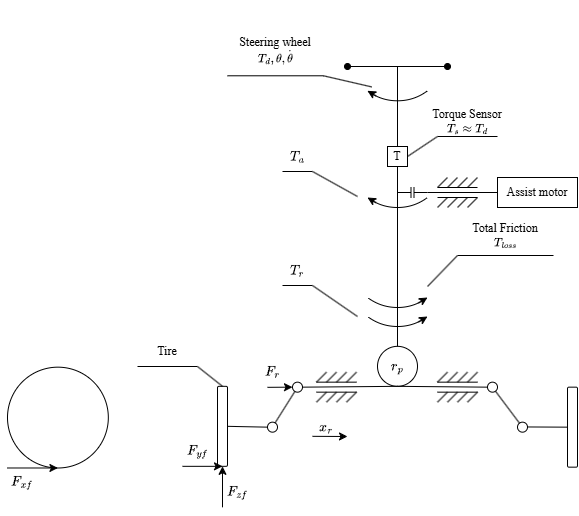
The draw.io diagram Drawio/EPS.drawio.png in TanTramM/Adaptive-EPS-using-Reinforcement-Learning, before a commit. Source tidied: cells renumbered, new cells last; positions are measured from the earlier drawing's top-left corner, leaving out a move shared by most shapes.
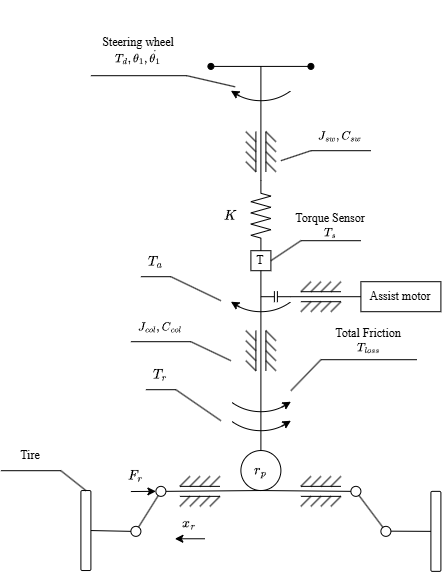
After the commit.

The edit, as a diff of the source:
```diff
@@ -4,8 +4,8 @@
     <mxCell id="1" parent="0" />
     <mxCell id="2" style="endArrow=oval;html=1;rounded=0;startArrow=oval;startFill=1;endFill=1;labelBackgroundColor=none;fontColor=default;" parent="1" edge="1">
       <mxGeometry relative="1" as="geometry">
-        <mxPoint x="340" y="66" as="sourcePoint" />
-        <mxPoint x="440" y="66" as="targetPoint" />
+        <mxPoint x="340" y="-38.3" as="sourcePoint" />
+        <mxPoint x="440" y="-38.3" as="targetPoint" />
       </mxGeometry>
     </mxCell>
     <mxCell id="3" style="endArrow=none;html=1;rounded=0;labelBackgroundColor=none;fontColor=default;exitX=0.5;exitY=0;exitDx=0;exitDy=0;" parent="1" edge="1" source="4">
@@ -151,8 +151,8 @@
     <mxCell id="29" style="rounded=1;whiteSpace=wrap;html=1;labelBackgroundColor=none;fontColor=default;fillColor=none;" parent="1" vertex="1">
       <mxGeometry x="210" y="385.8" width="10" height="80" as="geometry" />
     </mxCell>
-    <mxCell id="30" value="&lt;font style=&quot;&quot; face=&quot;Times New Roman&quot;&gt;Steering wheel&lt;/font&gt;&lt;div&gt;&lt;span style=&quot;white-space: nowrap;&quot;&gt;&lt;font style=&quot;&quot; face=&quot;Times New Roman&quot;&gt;`T_d, \theta, \dot(\theta)`&lt;/font&gt;&lt;/span&gt;&lt;/div&gt;" style="text;html=1;whiteSpace=wrap;strokeColor=none;fillColor=none;align=center;verticalAlign=middle;rounded=0;labelBackgroundColor=none;fontColor=default;labelBorderColor=none;" parent="1" vertex="1">
-      <mxGeometry x="220" y="25.3" width="96" height="50" as="geometry" />
+    <mxCell id="30" value="&lt;font style=&quot;&quot; face=&quot;Times New Roman&quot;&gt;Steering wheel&lt;/font&gt;&lt;div&gt;&lt;span style=&quot;white-space: nowrap;&quot;&gt;&lt;font style=&quot;&quot; face=&quot;Times New Roman&quot;&gt;`T_d, \theta_1, \dot(\theta_1)`&lt;/font&gt;&lt;/span&gt;&lt;/div&gt;" style="text;html=1;whiteSpace=wrap;strokeColor=none;fillColor=none;align=center;verticalAlign=middle;rounded=0;labelBackgroundColor=none;fontColor=default;labelBorderColor=none;" parent="1" vertex="1">
+      <mxGeometry x="220" y="-79" width="96" height="50" as="geometry" />
     </mxCell>
     <mxCell id="31" value="&lt;font face=&quot;Times New Roman&quot;&gt;Tire&lt;/font&gt;" style="text;html=1;whiteSpace=wrap;strokeColor=none;fillColor=none;align=center;verticalAlign=middle;rounded=0;labelBackgroundColor=none;fontColor=default;" parent="1" vertex="1">
       <mxGeometry x="130" y="336" width="60" height="30" as="geometry" />
@@ -160,9 +160,9 @@
     <mxCell id="32" value="&lt;font face=&quot;Times New Roman&quot; style=&quot;&quot;&gt;T&lt;/font&gt;" style="rounded=0;whiteSpace=wrap;html=1;labelBackgroundColor=none;fontColor=default;fillColor=none;strokeColor=default;" parent="1" vertex="1">
       <mxGeometry x="380" y="146" width="20" height="20" as="geometry" />
     </mxCell>
-    <mxCell id="33" style="endArrow=none;html=1;rounded=0;exitX=0.5;exitY=0;exitDx=0;exitDy=0;labelBackgroundColor=none;fontColor=default;" parent="1" edge="1" source="32">
+    <mxCell id="33" style="endArrow=none;html=1;rounded=0;labelBackgroundColor=none;fontColor=default;exitX=1;exitY=0.5;exitDx=0;exitDy=0;exitPerimeter=0;" parent="1" edge="1" source="97">
       <mxGeometry relative="1" as="geometry">
-        <mxPoint x="390" y="66" as="targetPoint" />
+        <mxPoint x="390" y="-38.3" as="targetPoint" />
       </mxGeometry>
     </mxCell>
     <mxCell id="34" style="endArrow=none;html=1;exitX=1;exitY=0.5;exitDx=0;exitDy=0;entryX=0;entryY=1;entryDx=0;entryDy=0;labelBackgroundColor=none;fontColor=default;" parent="1" edge="1" source="32" target="40">
@@ -183,7 +183,7 @@
     <mxCell id="39" style="endArrow=none;html=1;entryX=1;entryY=1;entryDx=0;entryDy=0;exitX=0;exitY=1;exitDx=0;exitDy=0;labelBackgroundColor=none;fontColor=default;" parent="1" edge="1" source="31" target="31">
       <mxGeometry relative="1" as="geometry" />
     </mxCell>
-    <mxCell id="40" value="&lt;font style=&quot;scrollbar-color: rgb(75, 75, 75) rgb(27, 29, 30); white-space: nowrap;&quot; face=&quot;Times New Roman&quot;&gt;Torque Sensor&lt;/font&gt;&lt;div style=&quot;scrollbar-color: rgb(75, 75, 75) rgb(27, 29, 30); white-space: nowrap;&quot;&gt;&lt;font style=&quot;scrollbar-color: rgb(75, 75, 75) rgb(27, 29, 30);&quot; face=&quot;Times New Roman&quot;&gt;`T_s\approxT_d`&lt;/font&gt;&lt;/div&gt;" style="text;html=1;align=center;verticalAlign=middle;whiteSpace=wrap;rounded=0;labelBackgroundColor=none;fontColor=default;" parent="1" vertex="1">
+    <mxCell id="40" value="&lt;font style=&quot;scrollbar-color: rgb(75, 75, 75) rgb(27, 29, 30); white-space: nowrap;&quot; face=&quot;Times New Roman&quot;&gt;Torque Sensor&lt;/font&gt;&lt;div style=&quot;scrollbar-color: rgb(75, 75, 75) rgb(27, 29, 30); white-space: nowrap;&quot;&gt;&lt;font style=&quot;scrollbar-color: rgb(75, 75, 75) rgb(27, 29, 30);&quot; face=&quot;Times New Roman&quot;&gt;`T_s`&lt;/font&gt;&lt;/div&gt;" style="text;html=1;align=center;verticalAlign=middle;whiteSpace=wrap;rounded=0;labelBackgroundColor=none;fontColor=default;" parent="1" vertex="1">
       <mxGeometry x="430" y="106" width="60" height="30" as="geometry" />
     </mxCell>
     <mxCell id="41" style="endArrow=none;html=1;exitX=1;exitY=0.5;exitDx=0;exitDy=0;entryX=0.5;entryY=1;entryDx=0;entryDy=0;labelBackgroundColor=none;fontColor=default;" parent="1" edge="1" source="37" target="4">
@@ -207,12 +207,6 @@
     <mxCell id="47" style="rounded=1;whiteSpace=wrap;html=1;labelBackgroundColor=none;fontColor=default;fillColor=none;" parent="1" vertex="1">
       <mxGeometry x="560" y="386.7" width="10" height="80" as="geometry" />
     </mxCell>
-    <mxCell id="48" style="endArrow=classic;html=1;entryX=0.5;entryY=1;entryDx=0;entryDy=0;exitX=0;exitY=1;exitDx=0;exitDy=0;labelBackgroundColor=none;fontColor=default;" parent="1" edge="1" source="49" target="29">
-      <mxGeometry relative="1" as="geometry" />
-    </mxCell>
-    <mxCell id="49" value="&lt;span&gt;`F_(yf)`&lt;/span&gt;" style="text;html=1;align=center;verticalAlign=middle;whiteSpace=wrap;rounded=0;labelBackgroundColor=none;fontColor=default;" parent="1" vertex="1">
-      <mxGeometry x="175" y="435.8" width="30" height="30" as="geometry" />
-    </mxCell>
     <mxCell id="50" style="endArrow=classic;html=1;entryX=0;entryY=0.5;entryDx=0;entryDy=0;labelBackgroundColor=none;fontColor=default;" parent="1" edge="1" target="37">
       <mxGeometry relative="1" as="geometry">
         <mxPoint x="260" y="386.8" as="sourcePoint" />
@@ -221,9 +215,6 @@
     <mxCell id="51" value="`F_(r)`" style="text;html=1;align=center;verticalAlign=middle;whiteSpace=wrap;rounded=0;labelBackgroundColor=none;fontColor=default;" parent="1" vertex="1">
       <mxGeometry x="250" y="355.8" width="30" height="30" as="geometry" />
     </mxCell>
-    <mxCell id="52" style="ellipse;whiteSpace=wrap;html=1;fillColor=none;labelBackgroundColor=none;fontColor=default;" parent="1" vertex="1">
-      <mxGeometry y="366.7" width="100.8" height="100.8" as="geometry" />
-    </mxCell>
     <mxCell id="53" style="group;labelBackgroundColor=none;fontColor=default;" parent="1" vertex="1">
       <mxGeometry x="430" y="177" width="40" height="30" as="geometry" />
     </mxCell>
@@ -296,35 +287,20 @@
     <mxCell id="66" value="&lt;font face=&quot;Times New Roman&quot;&gt;Assist motor&lt;/font&gt;" style="rounded=0;whiteSpace=wrap;html=1;fontColor=default;labelBackgroundColor=none;fillColor=none;" parent="1" vertex="1">
       <mxGeometry x="490" y="177" width="80" height="30" as="geometry" />
     </mxCell>
-    <mxCell id="67" style="endArrow=classic;html=1;labelBackgroundColor=none;fontColor=default;" parent="1" edge="1">
-      <mxGeometry relative="1" as="geometry">
-        <mxPoint x="305" y="435.8" as="sourcePoint" />
-        <mxPoint x="340" y="436" as="targetPoint" />
-      </mxGeometry>
+    <mxCell id="67" style="endArrow=classic;html=1;labelBackgroundColor=none;fontColor=default;exitX=0.75;exitY=1;exitDx=0;exitDy=0;entryX=0.25;entryY=1;entryDx=0;entryDy=0;" parent="1" edge="1" source="68" target="68">
+      <mxGeometry relative="1" as="geometry" />
     </mxCell>
     <mxCell id="68" value="`x_r`" style="text;html=1;align=center;verticalAlign=middle;whiteSpace=wrap;rounded=0;labelBackgroundColor=none;fontColor=default;" parent="1" vertex="1">
-      <mxGeometry x="289" y="419.2" width="60" height="14.8" as="geometry" />
+      <mxGeometry x="289" y="404.1" width="60" height="30" as="geometry" />
     </mxCell>
-    <mxCell id="69" style="endArrow=classic;html=1;entryX=0.5;entryY=1;entryDx=0;entryDy=0;exitX=0;exitY=1;exitDx=0;exitDy=0;labelBackgroundColor=none;fontColor=default;" parent="1" edge="1" source="70" target="29">
-      <mxGeometry relative="1" as="geometry" />
-    </mxCell>
-    <mxCell id="70" value="&lt;span&gt;`F_(zf)`&lt;/span&gt;" style="text;html=1;align=center;verticalAlign=middle;whiteSpace=wrap;rounded=0;labelBackgroundColor=none;fontColor=default;" parent="1" vertex="1">
-      <mxGeometry x="215" y="476.8" width="30" height="30" as="geometry" />
-    </mxCell>
     <mxCell id="71" value="&lt;font face=&quot;Times New Roman&quot;&gt;Total Friction&lt;/font&gt;&lt;div&gt;&lt;font face=&quot;Times New Roman&quot;&gt;`T_(loss)`&lt;/font&gt;&lt;/div&gt;" style="text;html=1;whiteSpace=wrap;strokeColor=none;fillColor=none;align=center;verticalAlign=middle;rounded=0;labelBackgroundColor=none;fontColor=default;labelBorderColor=none;" parent="1" vertex="1">
       <mxGeometry x="450" y="216" width="96" height="39" as="geometry" />
     </mxCell>
     <mxCell id="72" style="endArrow=none;html=1;entryX=1;entryY=1;entryDx=0;entryDy=0;labelBackgroundColor=none;fontColor=default;exitX=0;exitY=1;exitDx=0;exitDy=0;" parent="1" edge="1" source="71" target="71">
       <mxGeometry relative="1" as="geometry" />
     </mxCell>
-    <mxCell id="73" style="endArrow=classic;html=1;entryX=0.5;entryY=1;entryDx=0;entryDy=0;exitX=0;exitY=0;exitDx=0;exitDy=0;labelBackgroundColor=none;fontColor=default;" parent="1" edge="1" source="74" target="52">
-      <mxGeometry relative="1" as="geometry" />
-    </mxCell>
-    <mxCell id="74" value="`F_(xf)`" style="text;html=1;align=center;verticalAlign=middle;whiteSpace=wrap;rounded=0;labelBackgroundColor=none;fontColor=default;" parent="1" vertex="1">
-      <mxGeometry y="467.5" width="30" height="30" as="geometry" />
-    </mxCell>
     <mxCell id="75" style="group;" parent="1" vertex="1">
-      <mxGeometry x="364.3" y="86.4" as="geometry" />
+      <mxGeometry x="364.3" y="-17.9" as="geometry" />
     </mxCell>
     <mxCell id="76" style="endArrow=none;html=1;entryX=1;entryY=1;entryDx=0;entryDy=0;exitX=0;exitY=1;exitDx=0;exitDy=0;labelBackgroundColor=none;fontColor=default;" parent="75" edge="1" source="30" target="30">
       <mxGeometry relative="1" as="geometry" />
@@ -338,7 +314,7 @@
       <mxGeometry relative="1" as="geometry" />
     </mxCell>
     <mxCell id="79" value="`T_(a)`" style="text;html=1;align=center;verticalAlign=middle;whiteSpace=wrap;rounded=0;labelBackgroundColor=none;fontColor=default;" parent="1" vertex="1">
-      <mxGeometry x="275" y="141" width="30" height="30" as="geometry" />
+      <mxGeometry x="270" y="142" width="30" height="30" as="geometry" />
     </mxCell>
     <mxCell id="80" style="endArrow=none;html=1;rounded=0;labelBackgroundColor=default;fontColor=light-dark(#000000,#FFFFFF);entryX=1;entryY=1;entryDx=0;entryDy=0;" parent="1" edge="1" target="79">
       <mxGeometry relative="1" as="geometry">
@@ -346,7 +322,7 @@
       </mxGeometry>
     </mxCell>
     <mxCell id="81" style="group;" parent="1" vertex="1">
-      <mxGeometry x="340" y="0.3" width="100" height="100" as="geometry" />
+      <mxGeometry x="340" y="-104" width="100" height="100" as="geometry" />
     </mxCell>
     <mxCell id="82" style="verticalLabelPosition=bottom;verticalAlign=top;html=1;shape=mxgraph.basic.arc;startAngle=0.39886451508952125;endAngle=0.5987157716443733;labelBackgroundColor=none;fontColor=default;" parent="81" vertex="1">
       <mxGeometry width="100" height="100" as="geometry" />
@@ -367,6 +343,12 @@
         <mxPoint x="20" y="90" as="targetPoint" />
       </mxGeometry>
     </mxCell>
+    <mxCell id="97" style="verticalLabelPosition=bottom;shadow=0;dashed=0;align=center;html=1;verticalAlign=top;shape=mxgraph.electrical.resistors.resistor_2;rotation=-90;" parent="84" vertex="1">
+      <mxGeometry x="15" y="-6" width="70" height="20" as="geometry" />
+    </mxCell>
+    <mxCell id="98" value="`K`" style="text;html=1;whiteSpace=wrap;strokeColor=none;fillColor=none;align=center;verticalAlign=middle;rounded=0;" parent="84" vertex="1">
+      <mxGeometry x="-10" y="-11" width="60" height="30" as="geometry" />
+    </mxCell>
     <mxCell id="87" style="group;" parent="1" vertex="1">
       <mxGeometry x="340" y="207" width="100" height="100" as="geometry" />
     </mxCell>
@@ -405,5 +387,153 @@
         <mxPoint x="350" y="316" as="sourcePoint" />
       </mxGeometry>
     </mxCell>
+    <mxCell id="99" style="group;labelBackgroundColor=default;fontColor=light-dark(#000000,#FFFFFF);rotation=90;" parent="1" vertex="1">
+      <mxGeometry x="370" y="32" width="40" height="30" as="geometry" />
+    </mxCell>
+    <mxCell id="100" style="endArrow=none;html=1;rounded=0;labelBackgroundColor=default;fontColor=light-dark(#000000,#FFFFFF);" parent="99" edge="1">
+      <mxGeometry relative="1" as="geometry">
+        <mxPoint x="25" y="-5" as="sourcePoint" />
+        <mxPoint x="25" y="35" as="targetPoint" />
+      </mxGeometry>
+    </mxCell>
+    <mxCell id="101" style="endArrow=none;html=1;rounded=0;labelBackgroundColor=default;fontColor=light-dark(#000000,#FFFFFF);" parent="99" edge="1">
+      <mxGeometry relative="1" as="geometry">
+        <mxPoint x="15" y="-5" as="sourcePoint" />
+        <mxPoint x="15" y="35" as="targetPoint" />
+      </mxGeometry>
+    </mxCell>
+    <mxCell id="102" style="endArrow=none;html=1;rounded=0;labelBackgroundColor=default;fontColor=light-dark(#000000,#FFFFFF);" parent="99" edge="1">
+      <mxGeometry relative="1" as="geometry">
+        <mxPoint x="5" y="-5" as="sourcePoint" />
+        <mxPoint x="15" y="5" as="targetPoint" />
+      </mxGeometry>
+    </mxCell>
+    <mxCell id="103" style="endArrow=none;html=1;rounded=0;labelBackgroundColor=default;fontColor=light-dark(#000000,#FFFFFF);" parent="99" edge="1">
+      <mxGeometry relative="1" as="geometry">
+        <mxPoint x="5" y="5" as="sourcePoint" />
+        <mxPoint x="15" y="15" as="targetPoint" />
+      </mxGeometry>
+    </mxCell>
+    <mxCell id="104" style="endArrow=none;html=1;rounded=0;labelBackgroundColor=default;fontColor=light-dark(#000000,#FFFFFF);" parent="99" edge="1">
+      <mxGeometry relative="1" as="geometry">
+        <mxPoint x="5" y="15" as="sourcePoint" />
+        <mxPoint x="15" y="25" as="targetPoint" />
+      </mxGeometry>
+    </mxCell>
+    <mxCell id="105" style="endArrow=none;html=1;rounded=0;labelBackgroundColor=default;fontColor=light-dark(#000000,#FFFFFF);" parent="99" edge="1">
+      <mxGeometry relative="1" as="geometry">
+        <mxPoint x="5" y="25" as="sourcePoint" />
+        <mxPoint x="15" y="35" as="targetPoint" />
+      </mxGeometry>
+    </mxCell>
+    <mxCell id="106" style="endArrow=none;html=1;rounded=0;labelBackgroundColor=default;fontColor=light-dark(#000000,#FFFFFF);" parent="99" edge="1">
+      <mxGeometry relative="1" as="geometry">
+        <mxPoint x="25" y="-5" as="sourcePoint" />
+        <mxPoint x="35" y="5" as="targetPoint" />
+      </mxGeometry>
+    </mxCell>
+    <mxCell id="107" style="endArrow=none;html=1;rounded=0;labelBackgroundColor=default;fontColor=light-dark(#000000,#FFFFFF);" parent="99" edge="1">
+      <mxGeometry relative="1" as="geometry">
+        <mxPoint x="25" y="5" as="sourcePoint" />
+        <mxPoint x="35" y="15" as="targetPoint" />
+      </mxGeometry>
+    </mxCell>
+    <mxCell id="108" style="endArrow=none;html=1;rounded=0;labelBackgroundColor=default;fontColor=light-dark(#000000,#FFFFFF);" parent="99" edge="1">
+      <mxGeometry relative="1" as="geometry">
+        <mxPoint x="25" y="15" as="sourcePoint" />
+        <mxPoint x="35" y="25" as="targetPoint" />
+      </mxGeometry>
+    </mxCell>
+    <mxCell id="109" style="endArrow=none;html=1;rounded=0;labelBackgroundColor=default;fontColor=light-dark(#000000,#FFFFFF);" parent="99" edge="1">
+      <mxGeometry relative="1" as="geometry">
+        <mxPoint x="25" y="25" as="sourcePoint" />
+        <mxPoint x="35" y="35" as="targetPoint" />
+      </mxGeometry>
+    </mxCell>
+    <mxCell id="110" style="group;labelBackgroundColor=default;fontColor=light-dark(#000000,#FFFFFF);rotation=90;" parent="1" vertex="1">
+      <mxGeometry x="370" y="231" width="40" height="30" as="geometry" />
+    </mxCell>
+    <mxCell id="111" style="endArrow=none;html=1;rounded=0;labelBackgroundColor=default;fontColor=light-dark(#000000,#FFFFFF);" parent="110" edge="1">
+      <mxGeometry relative="1" as="geometry">
+        <mxPoint x="25" y="-5" as="sourcePoint" />
+        <mxPoint x="25" y="35" as="targetPoint" />
+      </mxGeometry>
+    </mxCell>
+    <mxCell id="112" style="endArrow=none;html=1;rounded=0;labelBackgroundColor=default;fontColor=light-dark(#000000,#FFFFFF);" parent="110" edge="1">
+      <mxGeometry relative="1" as="geometry">
+        <mxPoint x="15" y="-5" as="sourcePoint" />
+        <mxPoint x="15" y="35" as="targetPoint" />
+      </mxGeometry>
+    </mxCell>
+    <mxCell id="113" style="endArrow=none;html=1;rounded=0;labelBackgroundColor=default;fontColor=light-dark(#000000,#FFFFFF);" parent="110" edge="1">
+      <mxGeometry relative="1" as="geometry">
+        <mxPoint x="5" y="-5" as="sourcePoint" />
+        <mxPoint x="15" y="5" as="targetPoint" />
+      </mxGeometry>
+    </mxCell>
+    <mxCell id="114" style="endArrow=none;html=1;rounded=0;labelBackgroundColor=default;fontColor=light-dark(#000000,#FFFFFF);" parent="110" edge="1">
+      <mxGeometry relative="1" as="geometry">
+        <mxPoint x="5" y="5" as="sourcePoint" />
+        <mxPoint x="15" y="15" as="targetPoint" />
+      </mxGeometry>
+    </mxCell>
+    <mxCell id="115" style="endArrow=none;html=1;rounded=0;labelBackgroundColor=default;fontColor=light-dark(#000000,#FFFFFF);" parent="110" edge="1">
+      <mxGeometry relative="1" as="geometry">
+        <mxPoint x="5" y="15" as="sourcePoint" />
+        <mxPoint x="15" y="25" as="targetPoint" />
+      </mxGeometry>
+    </mxCell>
+    <mxCell id="116" style="endArrow=none;html=1;rounded=0;labelBackgroundColor=default;fontColor=light-dark(#000000,#FFFFFF);" parent="110" edge="1">
+      <mxGeometry relative="1" as="geometry">
+        <mxPoint x="5" y="25" as="sourcePoint" />
+        <mxPoint x="15" y="35" as="targetPoint" />
+      </mxGeometry>
+    </mxCell>
+    <mxCell id="117" style="endArrow=none;html=1;rounded=0;labelBackgroundColor=default;fontColor=light-dark(#000000,#FFFFFF);" parent="110" edge="1">
+      <mxGeometry relative="1" as="geometry">
+        <mxPoint x="25" y="-5" as="sourcePoint" />
+        <mxPoint x="35" y="5" as="targetPoint" />
+      </mxGeometry>
+    </mxCell>
+    <mxCell id="118" style="endArrow=none;html=1;rounded=0;labelBackgroundColor=default;fontColor=light-dark(#000000,#FFFFFF);" parent="110" edge="1">
+      <mxGeometry relative="1" as="geometry">
+        <mxPoint x="25" y="5" as="sourcePoint" />
+        <mxPoint x="35" y="15" as="targetPoint" />
+      </mxGeometry>
+    </mxCell>
+    <mxCell id="119" style="endArrow=none;html=1;rounded=0;labelBackgroundColor=default;fontColor=light-dark(#000000,#FFFFFF);" parent="110" edge="1">
+      <mxGeometry relative="1" as="geometry">
+        <mxPoint x="25" y="15" as="sourcePoint" />
+        <mxPoint x="35" y="25" as="targetPoint" />
+      </mxGeometry>
+    </mxCell>
+    <mxCell id="120" style="endArrow=none;html=1;rounded=0;labelBackgroundColor=default;fontColor=light-dark(#000000,#FFFFFF);" parent="110" edge="1">
+      <mxGeometry relative="1" as="geometry">
+        <mxPoint x="25" y="25" as="sourcePoint" />
+        <mxPoint x="35" y="35" as="targetPoint" />
+      </mxGeometry>
+    </mxCell>
+    <mxCell id="121" style="endArrow=none;html=1;entryX=1;entryY=1;entryDx=0;entryDy=0;exitX=0;exitY=1;exitDx=0;exitDy=0;labelBackgroundColor=none;fontColor=default;" parent="1" edge="1" source="122" target="122">
+      <mxGeometry relative="1" as="geometry" />
+    </mxCell>
+    <mxCell id="122" value="&lt;font face=&quot;Times New Roman&quot;&gt;&lt;span style=&quot;text-wrap-mode: nowrap;&quot;&gt;`J_{sw}, C_{sw}`&lt;/span&gt;&lt;/font&gt;" style="text;html=1;align=center;verticalAlign=middle;whiteSpace=wrap;rounded=0;labelBackgroundColor=none;fontColor=default;" parent="1" vertex="1">
+      <mxGeometry x="440" y="16" width="60" height="30" as="geometry" />
+    </mxCell>
+    <mxCell id="123" style="endArrow=none;html=1;rounded=0;labelBackgroundColor=default;fontColor=light-dark(#000000,#FFFFFF);entryX=0;entryY=1;entryDx=0;entryDy=0;" parent="1" edge="1" target="122">
+      <mxGeometry relative="1" as="geometry">
+        <mxPoint x="410" y="56" as="sourcePoint" />
+      </mxGeometry>
+    </mxCell>
+    <mxCell id="124" style="endArrow=none;html=1;entryX=1;entryY=1;entryDx=0;entryDy=0;exitX=0;exitY=1;exitDx=0;exitDy=0;labelBackgroundColor=none;fontColor=default;" parent="1" edge="1" source="125" target="125">
+      <mxGeometry relative="1" as="geometry" />
+    </mxCell>
+    <mxCell id="125" value="&lt;font face=&quot;Times New Roman&quot;&gt;&lt;span style=&quot;text-wrap-mode: nowrap;&quot;&gt;`J_{col}, C_{col}`&lt;/span&gt;&lt;/font&gt;" style="text;html=1;align=center;verticalAlign=middle;whiteSpace=wrap;rounded=0;labelBackgroundColor=none;fontColor=default;" parent="1" vertex="1">
+      <mxGeometry x="260" y="207" width="60" height="30" as="geometry" />
+    </mxCell>
+    <mxCell id="126" style="endArrow=none;html=1;rounded=0;labelBackgroundColor=default;fontColor=light-dark(#000000,#FFFFFF);entryX=1;entryY=1;entryDx=0;entryDy=0;" parent="1" edge="1" target="125">
+      <mxGeometry relative="1" as="geometry">
+        <mxPoint x="360" y="256" as="sourcePoint" />
+      </mxGeometry>
+    </mxCell>
   </root>
 </mxGraphModel>
```
